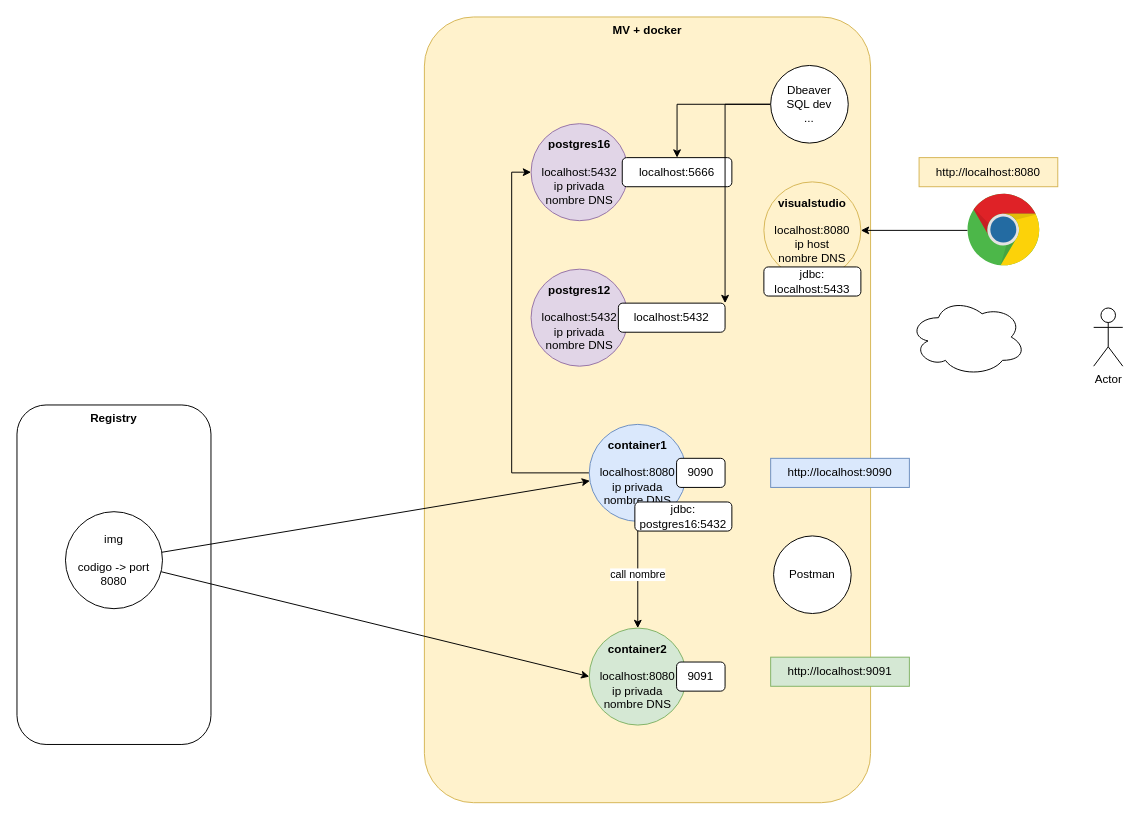
The draw.io diagram page "ambiente local" (12 of 27) of doc/curso-marzo.drawio in gmacastil/ms-mz-producto, before the edit. Source tidied: cells renumbered, new cells numbered last; positions are measured from the earlier drawing's top-left corner, leaving out a move shared by most shapes. Both pictures are drawn from the tidied source at 97%, with x=0, y=0 at pixel (16, 16).
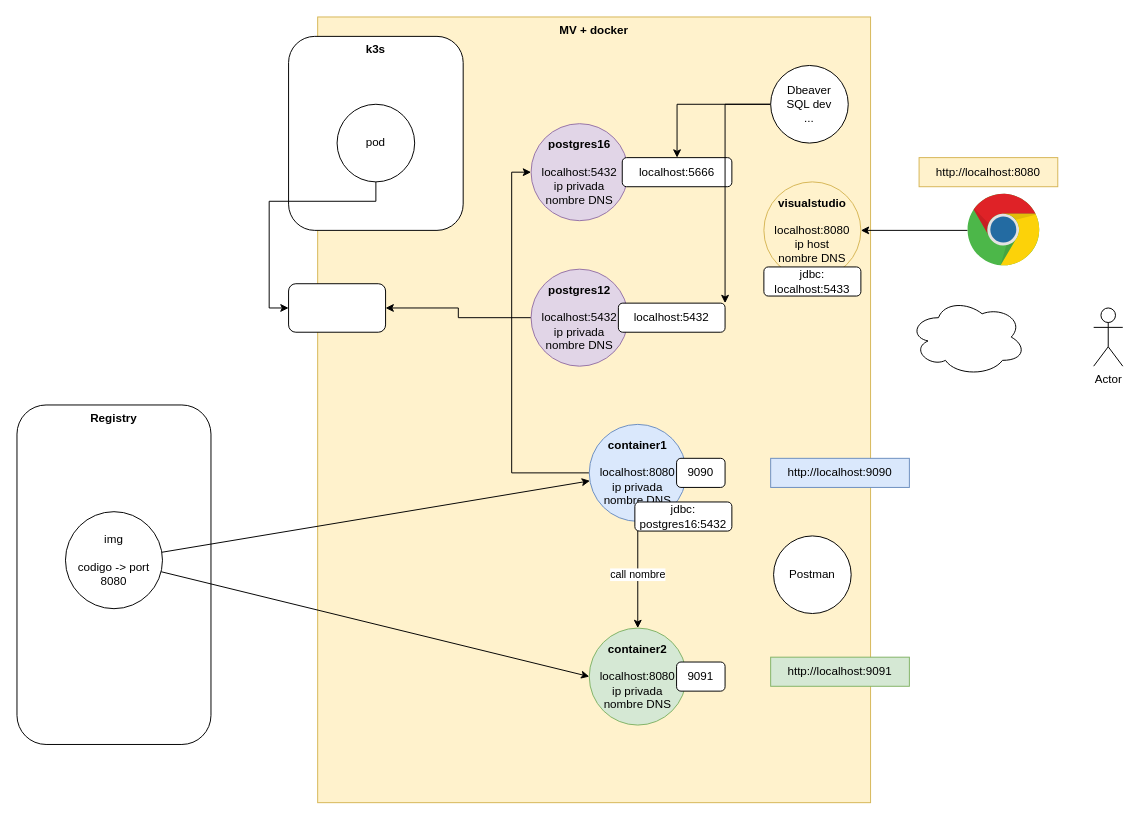
Above is the later version.

The change refers to these unchanged cells:
```xml
<mxCell id="21" value="&lt;b&gt;postgres12&lt;/b&gt;&lt;br&gt;&lt;div&gt;&lt;br&gt;&lt;/div&gt;&lt;div&gt;&lt;span style=&quot;background-color: transparent; color: light-dark(rgb(0, 0, 0), rgb(255, 255, 255));&quot;&gt;localhost:5432&lt;/span&gt;&lt;/div&gt;&lt;div&gt;&lt;span style=&quot;background-color: transparent; color: light-dark(rgb(0, 0, 0), rgb(255, 255, 255));&quot;&gt;ip privada&lt;/span&gt;&lt;/div&gt;&lt;div&gt;&lt;span style=&quot;background-color: transparent; color: light-dark(rgb(0, 0, 0), rgb(255, 255, 255));&quot;&gt;nombre DNS&lt;/span&gt;&lt;/div&gt;" style="ellipse;whiteSpace=wrap;html=1;fillColor=#e1d5e7;strokeColor=#9673a6;" parent="1" vertex="1">
  <mxGeometry x="530" y="260" width="100" height="100" as="geometry" />
</mxCell>
```

Diff of the diagram source:
```diff
@@
-    <mxCell id="3" value="MV + docker" style="rounded=1;whiteSpace=wrap;html=1;verticalAlign=top;fontStyle=1;arcSize=11;fillColor=#fff2cc;strokeColor=#d6b656;" parent="1" vertex="1">
-      <mxGeometry x="420" width="460" height="810" as="geometry" />
+    <mxCell id="3" value="MV + docker" style="rounded=1;whiteSpace=wrap;html=1;verticalAlign=top;fontStyle=1;arcSize=0;fillColor=#fff2cc;strokeColor=#d6b656;" parent="1" vertex="1">
+      <mxGeometry x="310" width="570" height="810" as="geometry" />
     </mxCell>
@@
+    <mxCell id="31" style="edgeStyle=orthogonalEdgeStyle;rounded=0;jettySize=auto;html=1;" parent="1" edge="1" source="21" target="35">
+      <mxGeometry relative="1" as="geometry" />
+    </mxCell>
@@
+    <mxCell id="32" value="k3s" style="rounded=1;whiteSpace=wrap;html=1;verticalAlign=top;fontStyle=1;" parent="1" vertex="1">
+      <mxGeometry x="280" y="20" width="180" height="200" as="geometry" />
+    </mxCell>
+    <mxCell id="33" style="edgeStyle=orthogonalEdgeStyle;rounded=0;jettySize=auto;html=1;entryX=0;entryY=0.5;entryDx=0;entryDy=0;" parent="1" edge="1" source="34" target="35">
+      <mxGeometry relative="1" as="geometry">
+        <Array as="points">
+          <mxPoint x="370" y="190" />
+          <mxPoint x="260" y="190" />
+          <mxPoint x="260" y="300" />
+        </Array>
+      </mxGeometry>
+    </mxCell>
+    <mxCell id="34" value="pod" style="ellipse;whiteSpace=wrap;html=1;" parent="1" vertex="1">
+      <mxGeometry x="330" y="90" width="80" height="80" as="geometry" />
+    </mxCell>
+    <mxCell id="35" style="rounded=1;whiteSpace=wrap;html=1;" parent="1" vertex="1">
+      <mxGeometry x="280" y="275" width="100" height="50" as="geometry" />
+    </mxCell>
```
